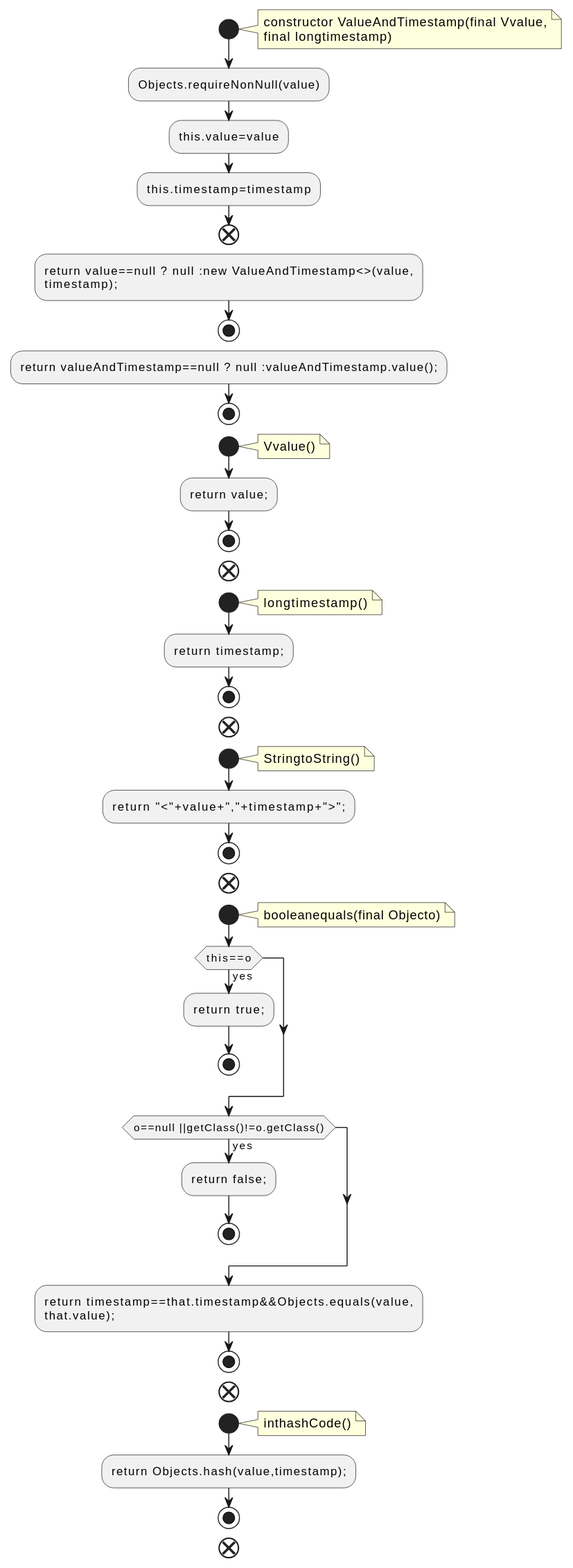
Earlier version of the PlantUML export docs/qc/streams/src/main/java/org/apache/kafka/streams/state/ValueAndTimestamp.java.fct.svg (qualitesys/kafka). The source it was exported from:
```plantuml
@startuml
!pragma layout smetana
start
note right
constructor ValueAndTimestamp(final Vvalue,
final longtimestamp)
end note
:Objects.requireNonNull(value);
:this.value=value;
:this.timestamp=timestamp;
end
:return value==null ? null :new ValueAndTimestamp<>(value,
timestamp);;
stop
:return valueAndTimestamp==null ? null :valueAndTimestamp.value();;
stop
start
note right
Vvalue()
end note
:return value;;
stop
end
start
note right
longtimestamp()
end note
:return timestamp;;
stop
end
start
note right
StringtoString()
end note
:return "<"+value+","+timestamp+">";;
stop
end
start
note right
booleanequals(final Objecto)
end note
if (this==o) then (yes)
:return true;;
stop
endif
if (o==null ||getClass()!=o.getClass()) then (yes)
:return false;;
stop
endif
:return timestamp==that.timestamp&&Objects.equals(value,
that.value);;
stop
end
start
note right
inthashCode()
end note
:return Objects.hash(value,timestamp);;
stop
end
@enduml
```
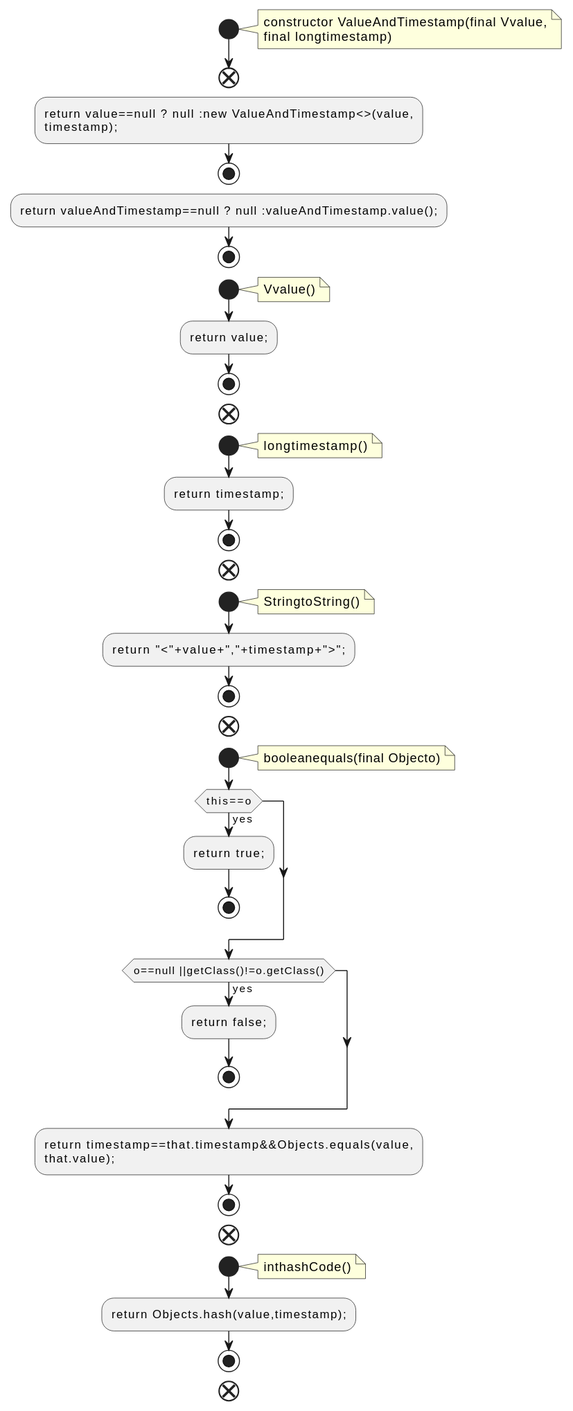
Above is the later version.

The edit, as a diff of the source:
```diff
@@ -5,9 +5,6 @@
 constructor ValueAndTimestamp(final Vvalue,
 final longtimestamp)
 end note
-:Objects.requireNonNull(value);
-:this.value=value;
-:this.timestamp=timestamp;
 end
 :return value==null ? null :new ValueAndTimestamp<>(value,
 timestamp);;
```
